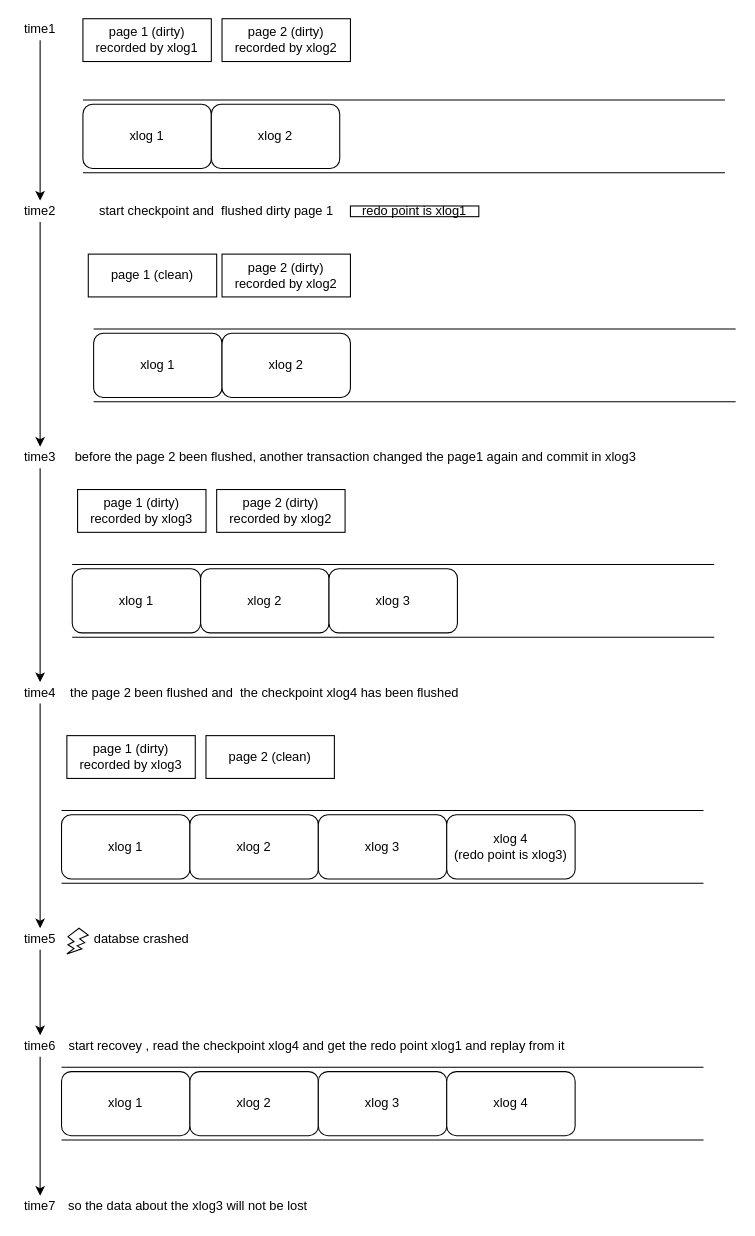
Earlier version of the draw.io diagram checkpoint_redopoint.drawio (MinXuFan/postgres). Source tidied: cells renumbered, new cells numbered last; positions are measured from the earlier drawing's top-left corner, leaving out a move shared by most shapes. Both pictures are drawn from the tidied source at 107%, with x=0, y=0 at pixel (18, 18).
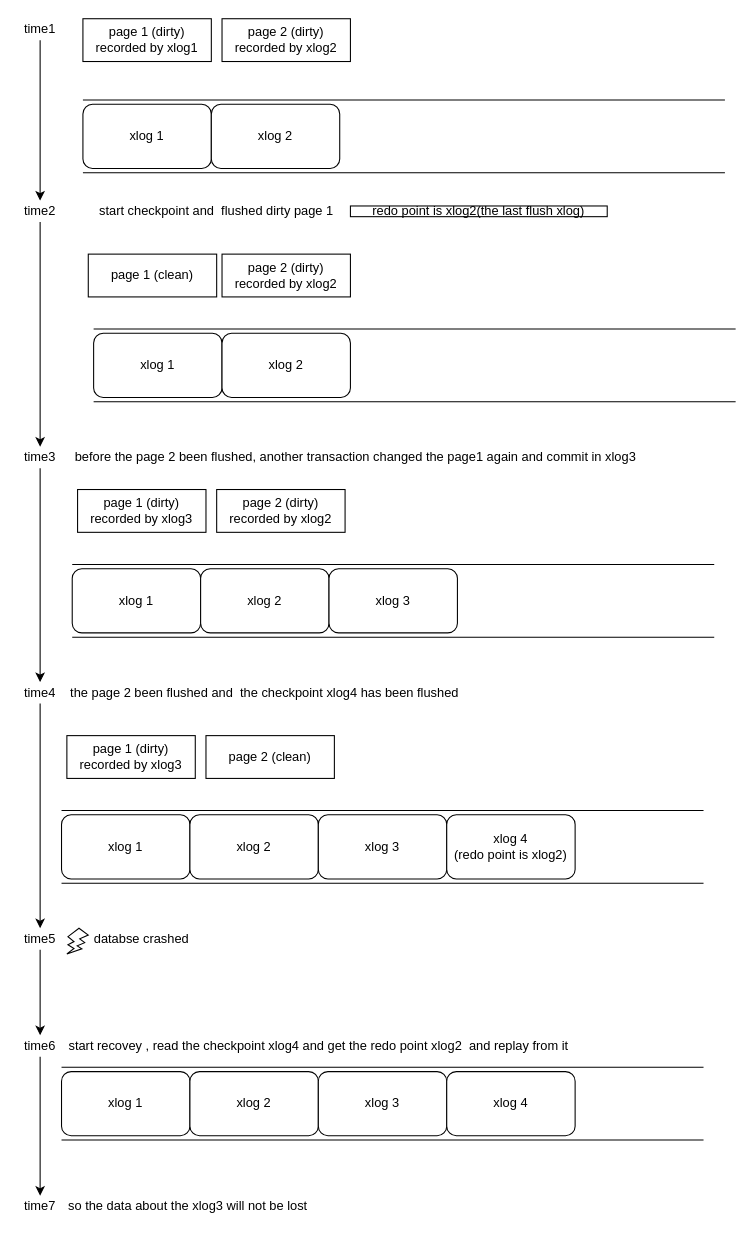
The same page after the edit.

Diff of the diagram source:
```diff
@@
-    <mxCell id="44" value="xlog 4&lt;br&gt;(redo point is xlog3)" style="rounded=1;whiteSpace=wrap;html=1;" parent="1" vertex="1">
+    <mxCell id="44" value="xlog 4&lt;br&gt;(redo point is xlog2)" style="rounded=1;whiteSpace=wrap;html=1;" parent="1" vertex="1">
       <mxGeometry x="400" y="744" width="120" height="60" as="geometry" />
     </mxCell>
@@
-    <mxCell id="47" value="redo point is xlog1" style="rounded=0;whiteSpace=wrap;html=1;" parent="1" vertex="1">
-      <mxGeometry x="310" y="175" width="120" height="10" as="geometry" />
+    <mxCell id="47" value="redo point is xlog2(the last flush xlog)" style="rounded=0;whiteSpace=wrap;html=1;" parent="1" vertex="1">
+      <mxGeometry x="310" y="175" width="240" height="10" as="geometry" />
     </mxCell>
@@
-    <mxCell id="54" value="start recovey , read the checkpoint xlog4 and get the redo point xlog1 and replay from it&amp;nbsp;&amp;nbsp;" style="text;html=1;strokeColor=none;fillColor=none;align=left;verticalAlign=middle;whiteSpace=wrap;rounded=0;" parent="1" vertex="1">
+    <mxCell id="54" value="start recovey , read the checkpoint xlog4 and get the redo point xlog2&amp;nbsp; and replay from it&amp;nbsp;&amp;nbsp;" style="text;html=1;strokeColor=none;fillColor=none;align=left;verticalAlign=middle;whiteSpace=wrap;rounded=0;" parent="1" vertex="1">
       <mxGeometry x="45" y="950" width="490" height="20" as="geometry" />
     </mxCell>
```
